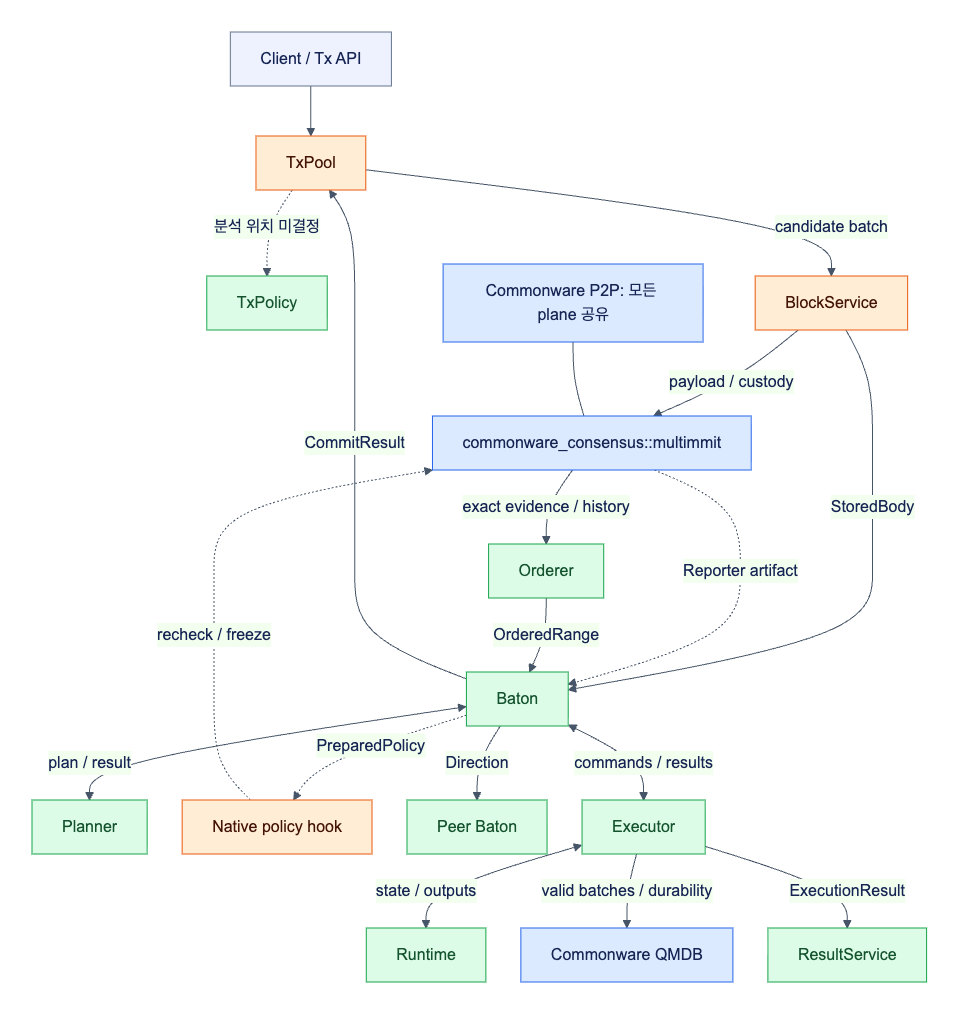
Above: assets/diagrams/diagram-01.png in djm07073/baton-research (Mermaid), before the change. Its source is kept beside it as assets/diagrams/diagram-01.mmd.
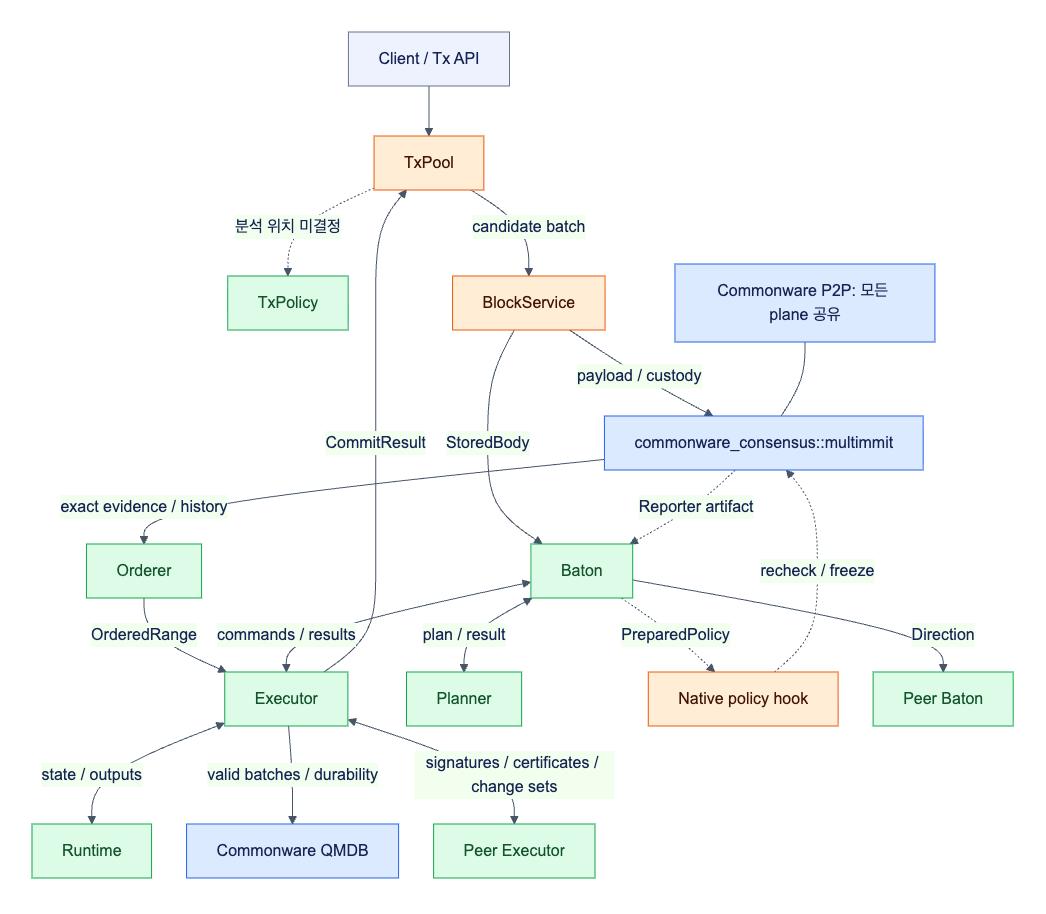
The same file after the commit.

Diff of the diagram source:
```diff
@@ -6,7 +6,7 @@
     N -->|exact evidence / history| M[Orderer]
     B -->|StoredBody| O[Baton]
     N -. Reporter artifact .-> O
-    M -->|OrderedRange| O
+    M -->|OrderedRange| E
     O <-->|plan / result| P[Planner]
     O -. PreparedPolicy .-> H[Native policy hook]
     H -. recheck / freeze .-> N
@@ -14,8 +14,8 @@
     O <-->|commands / results| E[Executor]
     E <-->|state / outputs| R[Runtime]
     E -->|valid batches / durability| S[Commonware QMDB]
-    E -->|ExecutionResult| V[ResultService]
-    O -->|CommitResult| T
+    E <-->|signatures / certificates / change sets| V[Peer Executor]
+    E -->|CommitResult| T
     NET[Commonware P2P: 모든 plane 공유] --- N
     classDef reuse fill:#dbeafe,stroke:#2563eb,color:#172554;
     classDef adapt fill:#ffedd5,stroke:#ea580c,color:#431407;
```
